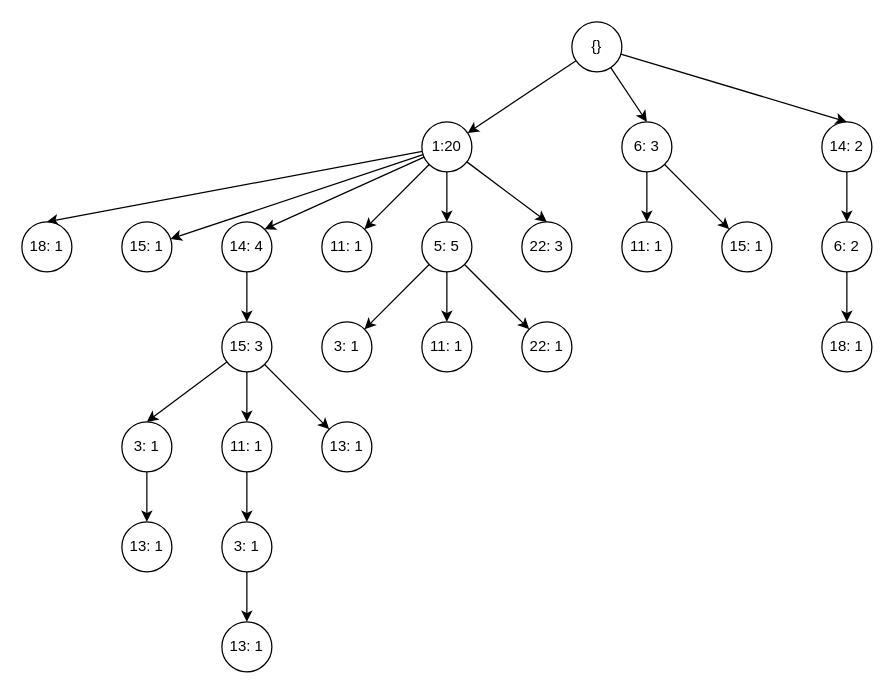
Before: SEMPRO/Diagram/Shehrazat FP Growth 14 Feb - 14 Maret.drawio in qolbudr/skripsi, a draw.io diagram. Source tidied: cells renumbered, new cells numbered last; positions are measured from the earlier drawing's top-left corner, leaving out a move shared by most shapes. Both pictures are drawn from the tidied source at 125%, with x=0, y=0 at pixel (21, 21).
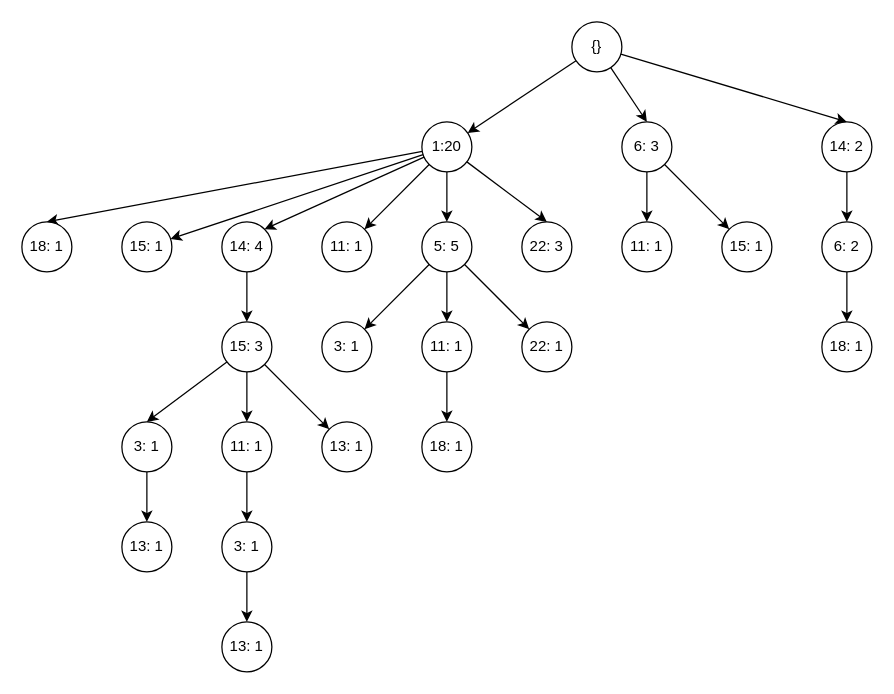
Above is the later version.

Commit message (it also covers changes not shown here):
add FP-Growth manual calculation

Unchanged cells that the change refers to:
```xml
<mxCell id="30" value="11: 1" style="ellipse;whiteSpace=wrap;html=1;" parent="1" vertex="1">
  <mxGeometry x="320" y="240" width="40" height="40" as="geometry" />
</mxCell>
```

What changed in the source:
```diff
@@
+    <mxCell id="49" style="edgeStyle=orthogonalEdgeStyle;rounded=0;jettySize=auto;html=1;entryX=0.5;entryY=0;entryDx=0;entryDy=0;" parent="1" edge="1" source="30" target="50">
+      <mxGeometry relative="1" as="geometry" />
+    </mxCell>
@@
+    <mxCell id="50" value="18: 1" style="ellipse;whiteSpace=wrap;html=1;" parent="1" vertex="1">
+      <mxGeometry x="320" y="320" width="40" height="40" as="geometry" />
+    </mxCell>
```
